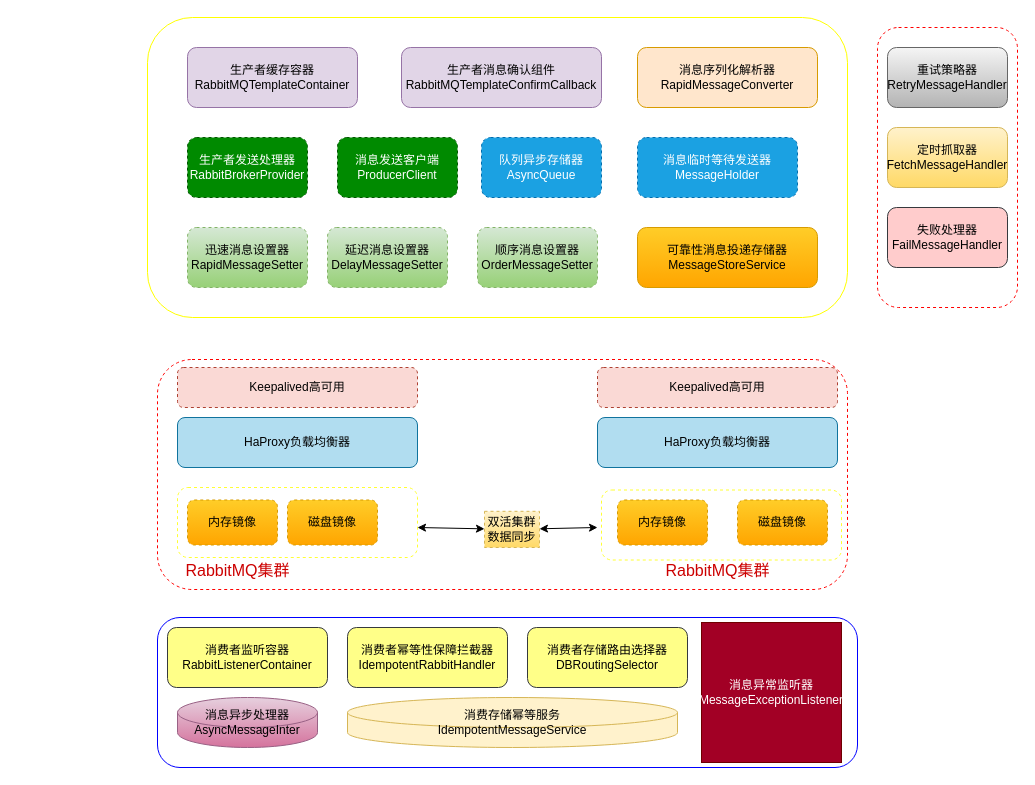
Yaphatesheart/goodStomach keeps this draw.io diagram as src/Untitled Diagram.drawio. Above is the earlier version. Source tidied: cells renumbered, new cells numbered last; positions are measured from the earlier drawing's top-left corner, leaving out a move shared by most shapes. Both pictures are drawn from the tidied source at 100%, with x=0, y=0 at pixel (147, 17).
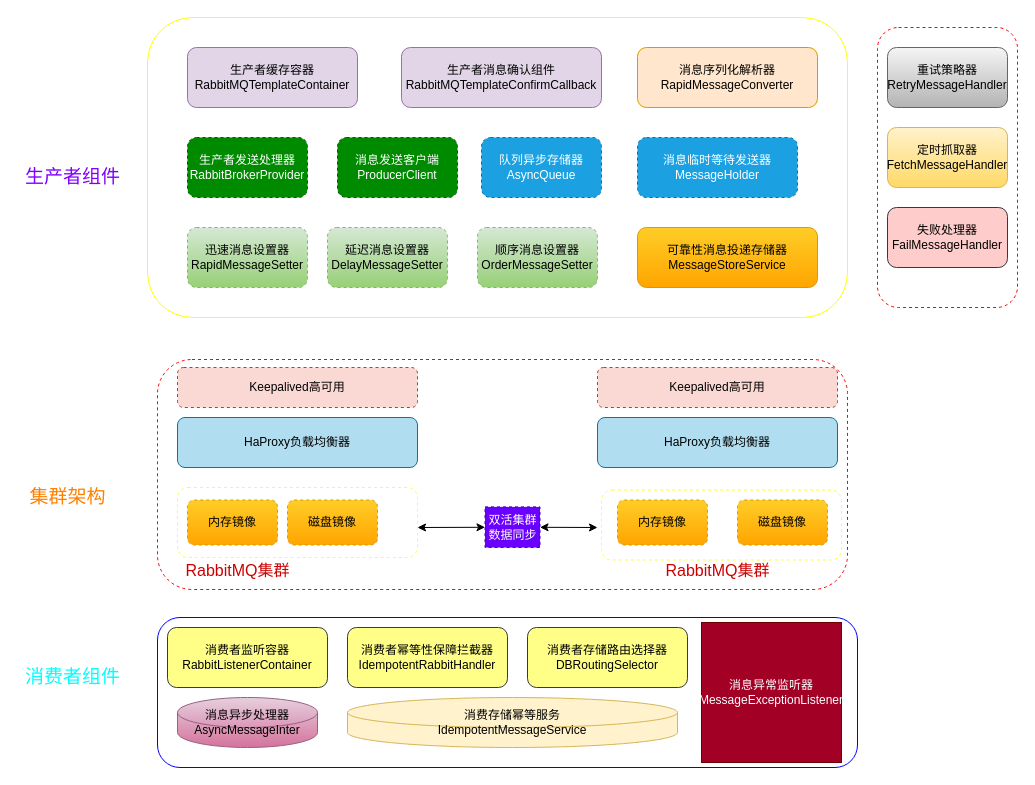
Above is the later version.

What changed in the source:
```diff
@@
-    <mxCell id="31" value="双活集群&lt;br&gt;数据同步" style="text;html=1;strokeColor=#d6b656;fillColor=#fff2cc;align=center;verticalAlign=middle;whiteSpace=wrap;rounded=0;dashed=1;gradientColor=#ffd966;" parent="1" vertex="1">
-      <mxGeometry x="337" y="493.8" width="55" height="36.2" as="geometry" />
+    <mxCell id="31" value="双活集群&lt;br&gt;数据同步" style="text;html=1;strokeColor=#3700CC;fillColor=#6a00ff;align=center;verticalAlign=middle;whiteSpace=wrap;rounded=0;dashed=1;fontColor=#ffffff;" parent="1" vertex="1">
+      <mxGeometry x="337.5" y="489.4" width="55" height="40.6" as="geometry" />
     </mxCell>
@@
+    <mxCell id="42" value="&lt;font color=&quot;#7f00ff&quot;&gt;&lt;span style=&quot;font-size: 19px&quot;&gt;生产者组件&lt;/span&gt;&lt;/font&gt;" style="text;html=1;align=center;verticalAlign=middle;" parent="1" vertex="1">
+      <mxGeometry x="-130" y="150" width="110" height="20" as="geometry" />
+    </mxCell>
+    <mxCell id="43" value="&lt;font style=&quot;font-size: 19px&quot; color=&quot;#ff8000&quot;&gt;集群架构&lt;/font&gt;" style="text;html=1;align=center;verticalAlign=middle;" parent="1" vertex="1">
+      <mxGeometry x="-125" y="470" width="90" height="20" as="geometry" />
+    </mxCell>
+    <mxCell id="44" value="&lt;font style=&quot;font-size: 19px&quot; color=&quot;#00ffff&quot;&gt;消费者组件&lt;/font&gt;" style="text;html=1;align=center;verticalAlign=middle;" parent="1" vertex="1">
+      <mxGeometry x="-130" y="650" width="110" height="20" as="geometry" />
+    </mxCell>
```
